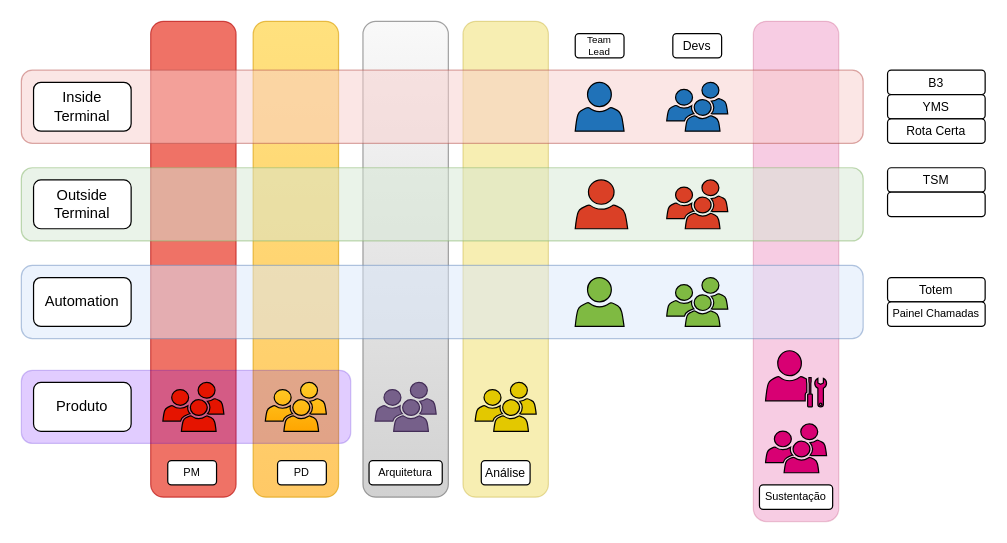
This is Diagrama sem nome.drawio from marcelopedroso/yms_tech, a draw.io file, before an edit. Source tidied: cells renumbered, new cells numbered last; positions are measured from the earlier drawing's top-left corner, leaving out a move shared by most shapes. Both pictures are drawn from the tidied source at 122%, with x=0, y=0 at pixel (21, 21).
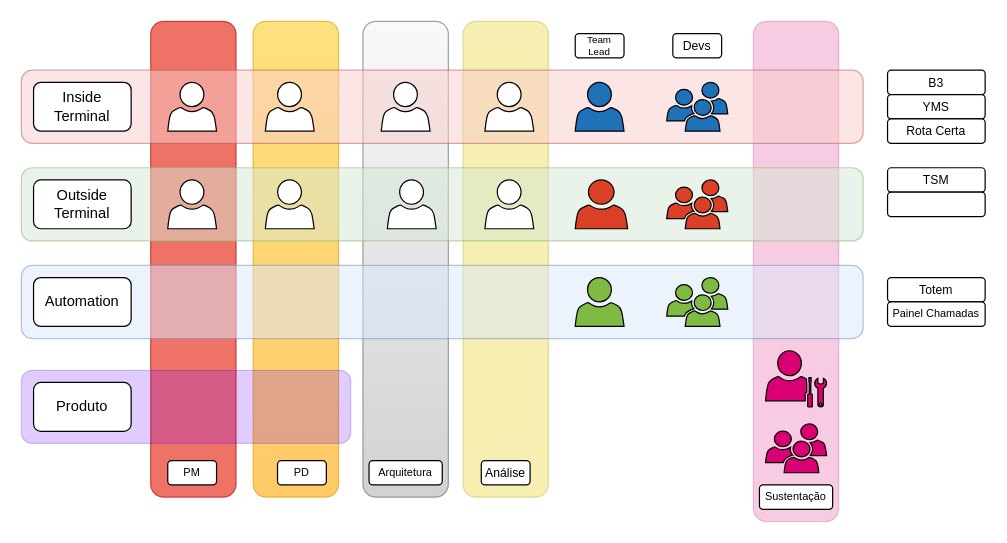
After the change.

What changed in the source:
```diff
@@
-    <mxCell id="34" style="sketch=0;shadow=0;dashed=0;html=1;strokeColor=#000000;fillColor=#e3c800;labelPosition=center;verticalLabelPosition=bottom;verticalAlign=top;align=center;shape=mxgraph.office.users.users;fontColor=#000000;" parent="1" vertex="1">
-      <mxGeometry x="372" y="296" width="50" height="40" as="geometry" />
-    </mxCell>
@@
-    <mxCell id="38" style="sketch=0;shadow=0;dashed=0;html=1;strokeColor=#432D57;fillColor=#76608a;labelPosition=center;verticalLabelPosition=bottom;verticalAlign=top;align=center;shape=mxgraph.office.users.users;fontColor=#ffffff;" parent="1" vertex="1">
-      <mxGeometry x="290" y="296" width="50" height="40" as="geometry" />
-    </mxCell>
-    <mxCell id="39" style="sketch=0;shadow=0;dashed=0;html=1;strokeColor=#000000;fillColor=#ffcd28;labelPosition=center;verticalLabelPosition=bottom;verticalAlign=top;align=center;shape=mxgraph.office.users.users;gradientColor=#ffa500;" parent="1" vertex="1">
-      <mxGeometry x="200" y="296" width="50" height="40" as="geometry" />
-    </mxCell>
-    <mxCell id="40" style="sketch=0;shadow=0;dashed=0;html=1;strokeColor=#000000;fillColor=#e51400;labelPosition=center;verticalLabelPosition=bottom;verticalAlign=top;align=center;shape=mxgraph.office.users.users;fontColor=#ffffff;" parent="1" vertex="1">
-      <mxGeometry x="116" y="296" width="50" height="40" as="geometry" />
-    </mxCell>
+    <mxCell id="41" style="sketch=0;shadow=0;dashed=0;html=1;labelPosition=center;verticalLabelPosition=bottom;verticalAlign=top;align=center;shape=mxgraph.office.users.user;" parent="1" vertex="1">
+      <mxGeometry x="295" y="50" width="40" height="40" as="geometry" />
+    </mxCell>
+    <mxCell id="42" style="sketch=0;shadow=0;dashed=0;html=1;labelPosition=center;verticalLabelPosition=bottom;verticalAlign=top;align=center;shape=mxgraph.office.users.user;" parent="1" vertex="1">
+      <mxGeometry x="380" y="50" width="40" height="40" as="geometry" />
+    </mxCell>
+    <mxCell id="43" style="sketch=0;shadow=0;dashed=0;html=1;labelPosition=center;verticalLabelPosition=bottom;verticalAlign=top;align=center;shape=mxgraph.office.users.user;" parent="1" vertex="1">
+      <mxGeometry x="380" y="130" width="40" height="40" as="geometry" />
+    </mxCell>
+    <mxCell id="44" style="sketch=0;shadow=0;dashed=0;html=1;labelPosition=center;verticalLabelPosition=bottom;verticalAlign=top;align=center;shape=mxgraph.office.users.user;" parent="1" vertex="1">
+      <mxGeometry x="300" y="130" width="40" height="40" as="geometry" />
+    </mxCell>
+    <mxCell id="45" style="sketch=0;shadow=0;dashed=0;html=1;labelPosition=center;verticalLabelPosition=bottom;verticalAlign=top;align=center;shape=mxgraph.office.users.user;" parent="1" vertex="1">
+      <mxGeometry x="200" y="130" width="40" height="40" as="geometry" />
+    </mxCell>
+    <mxCell id="46" style="sketch=0;shadow=0;dashed=0;html=1;labelPosition=center;verticalLabelPosition=bottom;verticalAlign=top;align=center;shape=mxgraph.office.users.user;" parent="1" vertex="1">
+      <mxGeometry x="200" y="50" width="40" height="40" as="geometry" />
+    </mxCell>
+    <mxCell id="47" style="sketch=0;shadow=0;dashed=0;html=1;labelPosition=center;verticalLabelPosition=bottom;verticalAlign=top;align=center;shape=mxgraph.office.users.user;" parent="1" vertex="1">
+      <mxGeometry x="120" y="130" width="40" height="40" as="geometry" />
+    </mxCell>
+    <mxCell id="48" style="sketch=0;shadow=0;dashed=0;html=1;labelPosition=center;verticalLabelPosition=bottom;verticalAlign=top;align=center;shape=mxgraph.office.users.user;" parent="1" vertex="1">
+      <mxGeometry x="120" y="50" width="40" height="40" as="geometry" />
+    </mxCell>
```
